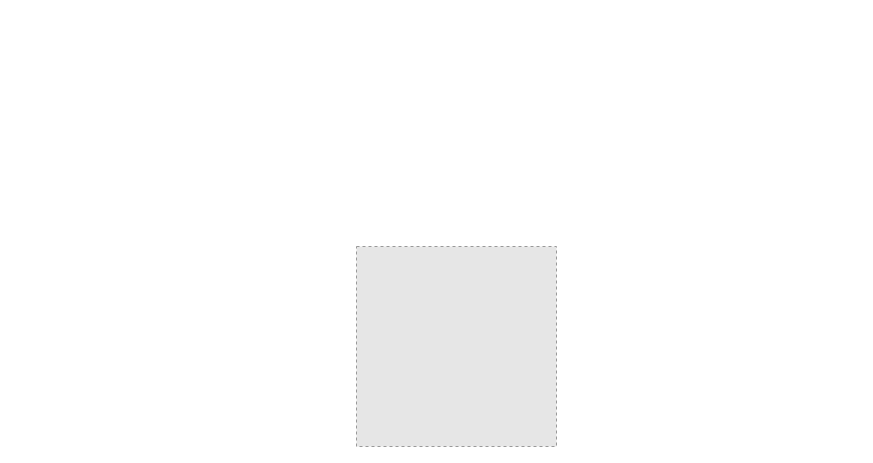
Before: page "Page-3" (3 of 3) of linux.drawio in RedFoxAtAsleep/app.diagram.net, a draw.io diagram. Source tidied: cells renumbered, new cells numbered last; positions are measured from the earlier drawing's top-left corner, leaving out a move shared by most shapes. Both pictures are drawn from the tidied source at 100%, with x=0, y=0 at pixel (56, 246). Pictures stored in the file or linked from it are replaced by grey dashed boxes.
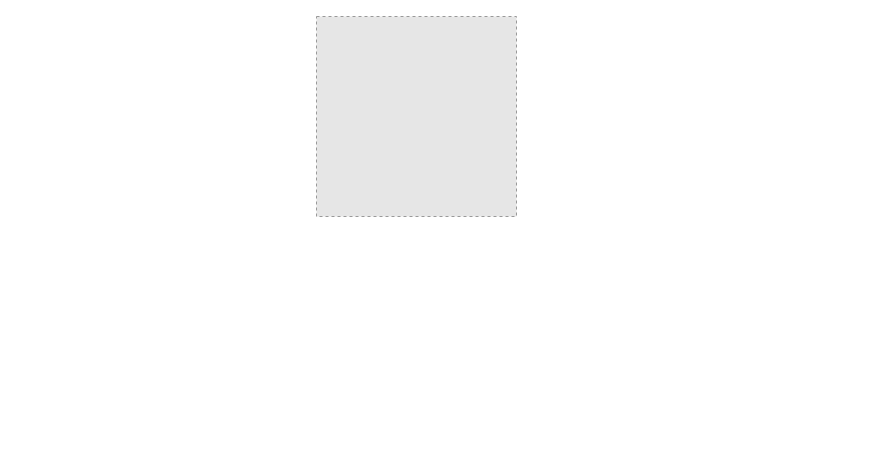
The same page after the edit.

What changed in the source:
```diff
@@
 <mxGraphModel>
   <root>
     <mxCell id="0" />
     <mxCell id="1" parent="0" />
+    <mxCell id="4" style="group;" parent="1" vertex="1">
+      <mxGeometry x="-40" y="-230" width="800" height="200" as="geometry" />
+    </mxCell>
-    <mxCell id="2" style="rounded=0;whiteSpace=wrap;html=1;strokeColor=none;" parent="1" vertex="1">
+    <mxCell id="2" style="rounded=0;whiteSpace=wrap;html=1;strokeColor=none;" parent="4" vertex="1">
       <mxGeometry width="800" height="200" as="geometry" />
     </mxCell>
-    <mxCell id="3" style="fillColor=#E6E6E6;strokeColor=#999999;dashed=1;verticalLabelPosition=bottom;labelBackgroundColor=#ffffff;verticalAlign=top;" parent="1" vertex="1">
+    <mxCell id="3" style="fillColor=#E6E6E6;strokeColor=#999999;dashed=1;verticalLabelPosition=bottom;labelBackgroundColor=#ffffff;verticalAlign=top;" parent="4" vertex="1">
       <mxGeometry x="300" width="200" height="200" as="geometry" />
     </mxCell>
   </root>
 </mxGraphModel>
```
